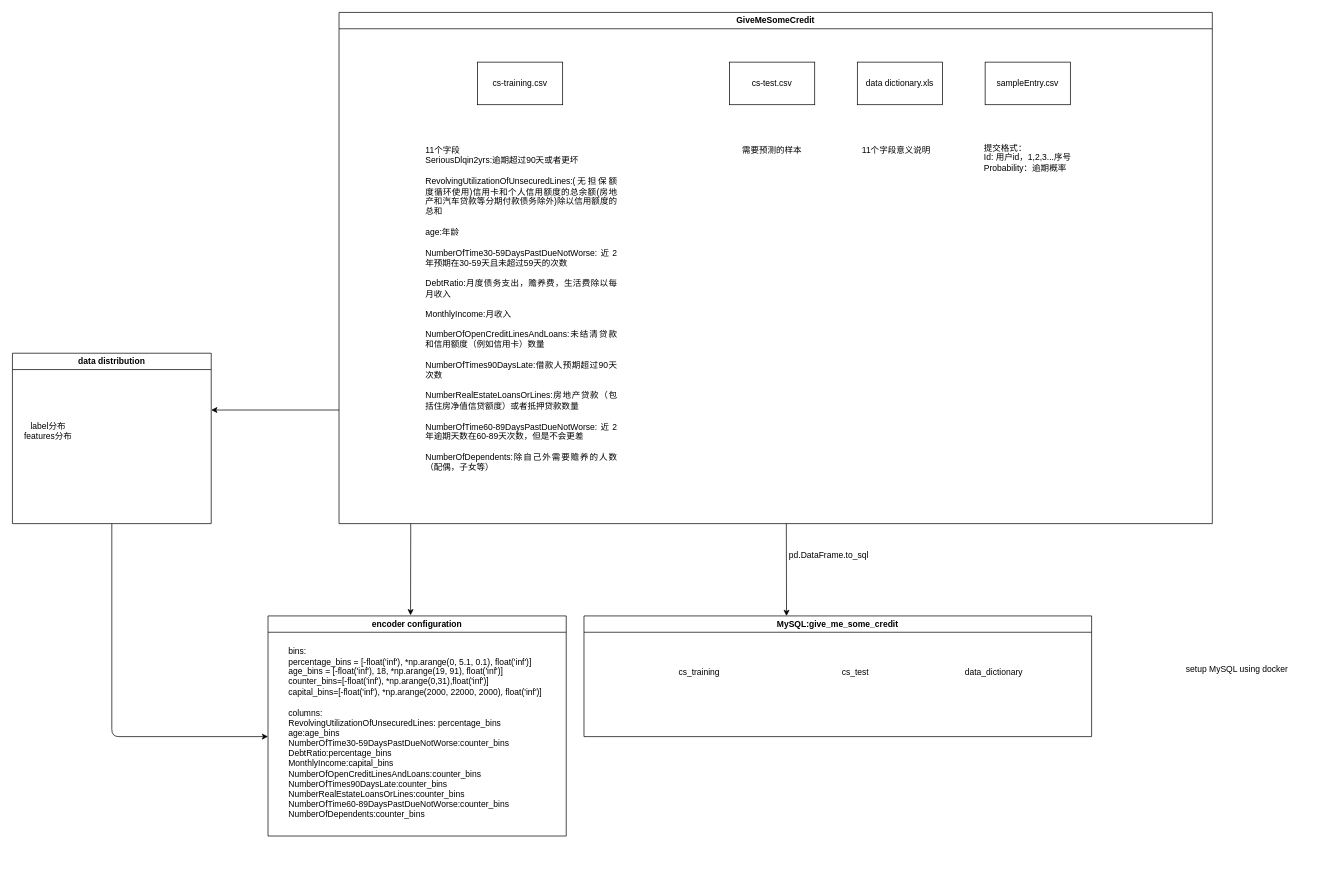
The draw.io diagram datasets/give_me_some_credit/data_info.drawio in dawangbaixiaofu/credit, before the edit. Source tidied: cells renumbered, new cells numbered last; positions are measured from the earlier drawing's top-left corner, leaving out a move shared by most shapes. Both pictures are drawn from the tidied source at 71%, with x=0, y=0 at pixel (12, 12).
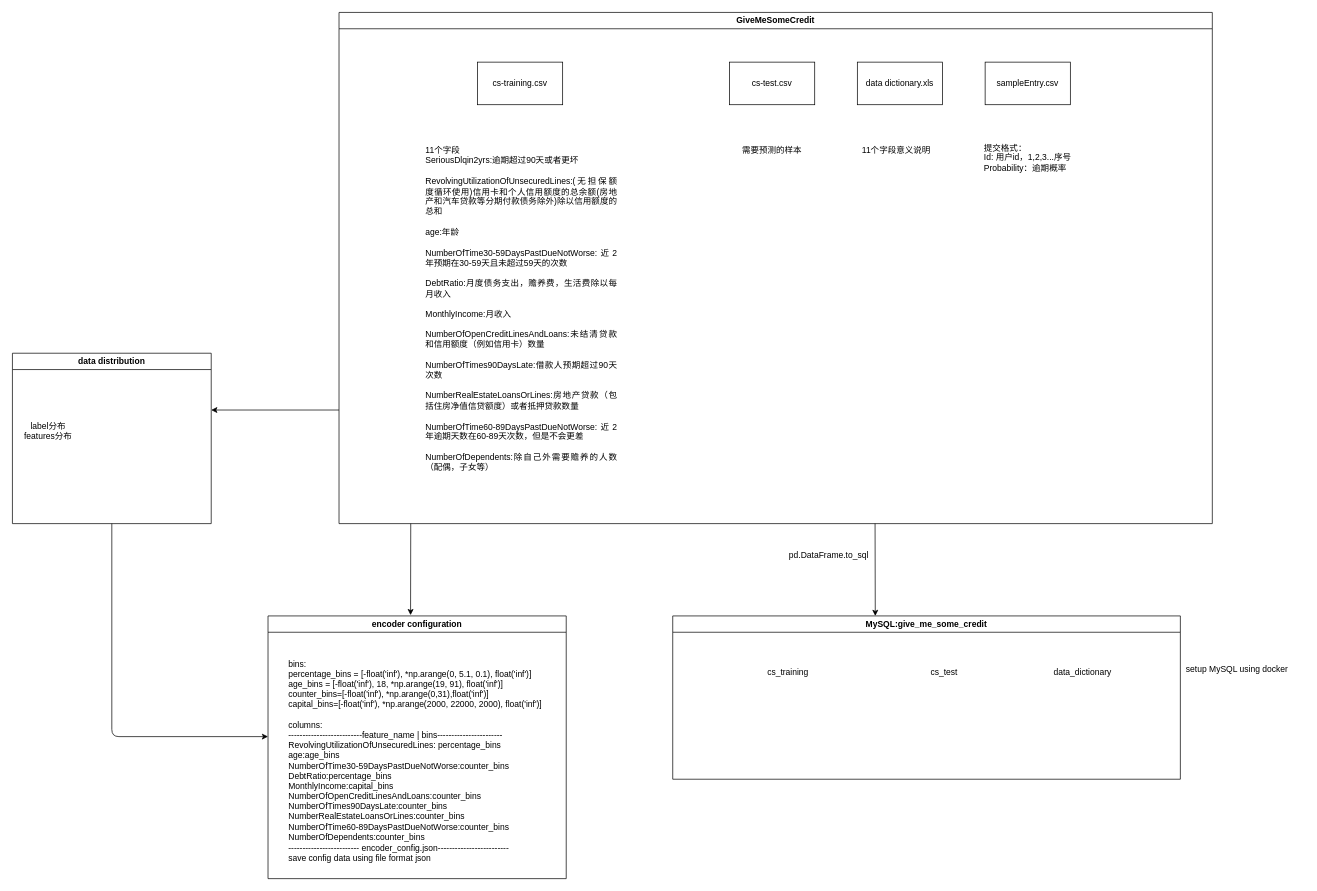
Above is the later version.

Commit message (it also covers changes not shown here):
persist encoder config

Change to the diagram source:
```diff
@@
     <mxCell id="11" value="MySQL:give_me_some_credit" style="swimlane;whiteSpace=wrap;html=1;" parent="1" vertex="1">
-      <mxGeometry x="805" y="850" width="715" height="170" as="geometry" />
+      <mxGeometry x="930" y="850" width="715" height="230" as="geometry" />
     </mxCell>
@@
     <mxCell id="15" style="endArrow=classic;html=1;entryX=0.399;entryY=0;entryDx=0;entryDy=0;entryPerimeter=0;" parent="1" edge="1" target="11">
       <mxGeometry relative="1" as="geometry">
-        <mxPoint x="1090" y="720" as="sourcePoint" />
+        <mxPoint x="1215" y="720" as="sourcePoint" />
       </mxGeometry>
     </mxCell>
@@
     <mxCell id="18" value="encoder configuration" style="swimlane;whiteSpace=wrap;html=1;startSize=23;" parent="1" vertex="1">
-      <mxGeometry x="360" y="850" width="420" height="310" as="geometry" />
+      <mxGeometry x="360" y="850" width="420" height="370" as="geometry" />
     </mxCell>
-    <mxCell id="19" value="&lt;div style=&quot;text-align: justify;&quot;&gt;&lt;span style=&quot;background-color: initial;&quot;&gt;bins:&lt;/span&gt;&lt;/div&gt;&lt;span style=&quot;&quot;&gt;&lt;div style=&quot;text-align: left;&quot;&gt;&lt;span style=&quot;background-color: initial;&quot;&gt;percentage_bins = [&lt;/span&gt;&lt;span style=&quot;background-color: initial;&quot;&gt;-float('inf'), *np.arange(0, 5.1, 0.1), float('inf')&lt;/span&gt;&lt;span style=&quot;background-color: initial;&quot;&gt;]&lt;/span&gt;&lt;/div&gt;&lt;/span&gt;&lt;div style=&quot;text-align: left;&quot;&gt;age_bins = [-float('inf'), 18, *np.arange(19, 91), float('inf')]&lt;/div&gt;&lt;div style=&quot;text-align: left;&quot;&gt;counter_bins=[-float('inf'), *np.arange(0,31),float('inf')]&lt;/div&gt;&lt;div style=&quot;text-align: left;&quot;&gt;capital_bins=[-float('inf'), *np.arange(2000, 22000, 2000), float('inf')]&lt;/div&gt;&lt;div style=&quot;text-align: left;&quot;&gt;&lt;br&gt;&lt;/div&gt;&lt;div style=&quot;text-align: justify;&quot;&gt;columns:&lt;/div&gt;&lt;div style=&quot;text-align: justify;&quot;&gt;RevolvingUtilizationOfUnsecuredLines: percentage_bins&lt;/div&gt;&lt;div style=&quot;text-align: justify;&quot;&gt;age:age_bins&lt;/div&gt;&lt;div style=&quot;text-align: justify;&quot;&gt;NumberOfTime30-59DaysPastDueNotWorse:counter_bins&lt;br&gt;&lt;/div&gt;&lt;div style=&quot;text-align: justify;&quot;&gt;DebtRatio:percentage_bins&lt;br&gt;&lt;/div&gt;&lt;div style=&quot;text-align: justify;&quot;&gt;MonthlyIncome:capital_bins&lt;br&gt;&lt;/div&gt;&lt;div style=&quot;text-align: justify;&quot;&gt;NumberOfOpenCreditLinesAndLoans:counter_bins&lt;br&gt;&lt;/div&gt;&lt;div style=&quot;text-align: justify;&quot;&gt;NumberOfTimes90DaysLate:counter_bins&lt;br&gt;&lt;/div&gt;&lt;div style=&quot;text-align: justify;&quot;&gt;NumberRealEstateLoansOrLines:counter_bins&lt;br&gt;&lt;/div&gt;&lt;div style=&quot;text-align: justify;&quot;&gt;NumberOfTime60-89DaysPastDueNotWorse:counter_bins&lt;br&gt;&lt;/div&gt;&lt;div style=&quot;text-align: justify;&quot;&gt;NumberOfDependents:counter_bins&lt;br&gt;&lt;/div&gt;" style="text;html=1;strokeColor=none;fillColor=none;align=center;verticalAlign=middle;whiteSpace=wrap;rounded=0;" parent="18" vertex="1">
-      <mxGeometry x="20" y="35" width="375" height="260" as="geometry" />
+    <mxCell id="19" value="&lt;div style=&quot;text-align: justify;&quot;&gt;&lt;span style=&quot;background-color: initial;&quot;&gt;bins:&lt;/span&gt;&lt;/div&gt;&lt;span style=&quot;&quot;&gt;&lt;div style=&quot;text-align: left;&quot;&gt;&lt;span style=&quot;background-color: initial;&quot;&gt;percentage_bins = [&lt;/span&gt;&lt;span style=&quot;background-color: initial;&quot;&gt;-float('inf'), *np.arange(0, 5.1, 0.1), float('inf')&lt;/span&gt;&lt;span style=&quot;background-color: initial;&quot;&gt;]&lt;/span&gt;&lt;/div&gt;&lt;/span&gt;&lt;div style=&quot;text-align: left;&quot;&gt;age_bins = [-float('inf'), 18, *np.arange(19, 91), float('inf')]&lt;/div&gt;&lt;div style=&quot;text-align: left;&quot;&gt;counter_bins=[-float('inf'), *np.arange(0,31),float('inf')]&lt;/div&gt;&lt;div style=&quot;text-align: left;&quot;&gt;capital_bins=[-float('inf'), *np.arange(2000, 22000, 2000), float('inf')]&lt;/div&gt;&lt;div style=&quot;text-align: left;&quot;&gt;&lt;br&gt;&lt;/div&gt;&lt;div style=&quot;text-align: justify;&quot;&gt;columns:&lt;/div&gt;&lt;div style=&quot;text-align: justify;&quot;&gt;--------------------------feature_name | bins-----------------------&lt;/div&gt;&lt;div style=&quot;text-align: justify;&quot;&gt;RevolvingUtilizationOfUnsecuredLines: percentage_bins&lt;/div&gt;&lt;div style=&quot;text-align: justify;&quot;&gt;age:age_bins&lt;/div&gt;&lt;div style=&quot;text-align: justify;&quot;&gt;NumberOfTime30-59DaysPastDueNotWorse:counter_bins&lt;br&gt;&lt;/div&gt;&lt;div style=&quot;text-align: justify;&quot;&gt;DebtRatio:percentage_bins&lt;br&gt;&lt;/div&gt;&lt;div style=&quot;text-align: justify;&quot;&gt;MonthlyIncome:capital_bins&lt;br&gt;&lt;/div&gt;&lt;div style=&quot;text-align: justify;&quot;&gt;NumberOfOpenCreditLinesAndLoans:counter_bins&lt;br&gt;&lt;/div&gt;&lt;div style=&quot;text-align: justify;&quot;&gt;NumberOfTimes90DaysLate:counter_bins&lt;br&gt;&lt;/div&gt;&lt;div style=&quot;text-align: justify;&quot;&gt;NumberRealEstateLoansOrLines:counter_bins&lt;br&gt;&lt;/div&gt;&lt;div style=&quot;text-align: justify;&quot;&gt;NumberOfTime60-89DaysPastDueNotWorse:counter_bins&lt;br&gt;&lt;/div&gt;&lt;div style=&quot;text-align: justify;&quot;&gt;NumberOfDependents:counter_bins&lt;br&gt;&lt;/div&gt;&lt;div style=&quot;text-align: justify;&quot;&gt;------------------------- encoder_config.json-------------------------&lt;/div&gt;&lt;div style=&quot;text-align: justify;&quot;&gt;save config data using file format json&lt;/div&gt;" style="text;html=1;strokeColor=none;fillColor=none;align=center;verticalAlign=middle;whiteSpace=wrap;rounded=0;" parent="18" vertex="1">
+      <mxGeometry x="20" y="50" width="375" height="307.5" as="geometry" />
     </mxCell>
```
